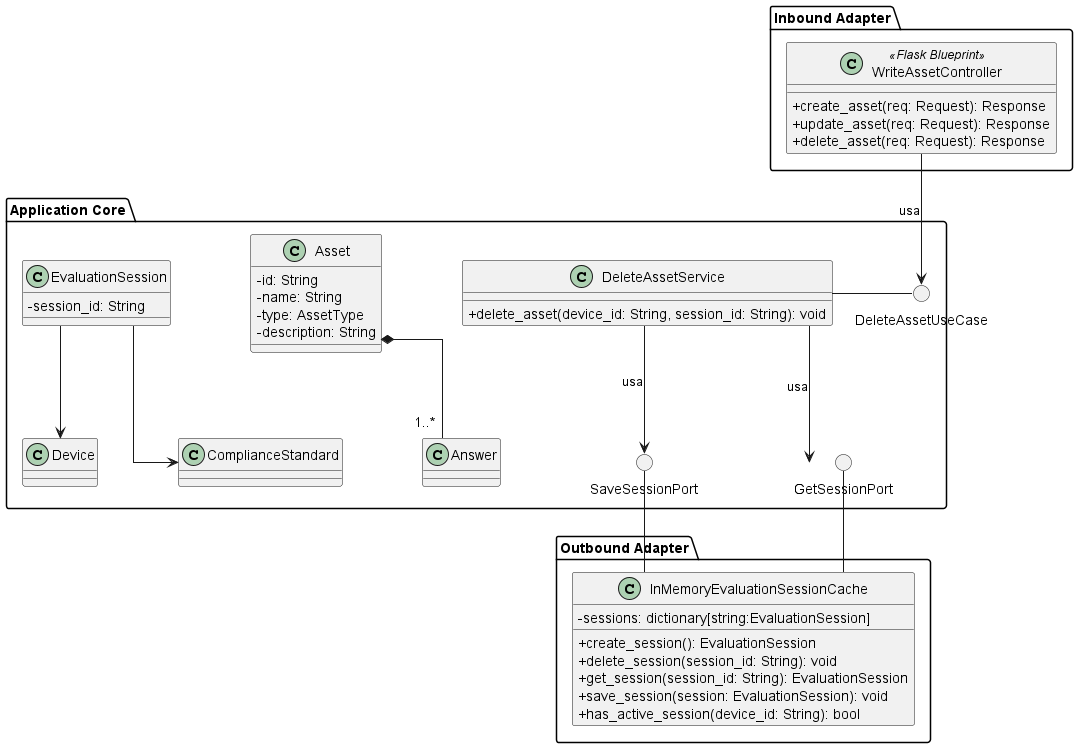
This is src/PB/DocumentazioneEsterna/Specifica_Tecnica/content/uml/png/DeleteAsset/DeleteAsset.png from GroupRubberDuck/Documentazione, a PlantUML export, as it was before one commit. Source of this version:
```plantuml
@startuml DeleteAsset
skinparam linetype ortho
skinparam nodesep 80
skinparam ranksep 80
skinparam classAttributeIconSize 0

package "Inbound Adapter"{
    !include InboundAdapters/WriteAssetController.puml
}

package "Application Core" {

    () "DeleteAssetUseCase"
    !include ApplicationServices/DeleteAssetService.puml
    !include Domain/Asset.puml
    !include Domain/EvaluationSession.puml
    () "SaveSessionPort"
    () "GetSessionPort"
}

package "Outbound Adapter" {
    !include OutboundAdapters/InMemoryEvaluationSessionCache.puml
}


DeleteAssetService - DeleteAssetUseCase

DeleteAssetService --> SaveSessionPort : usa
DeleteAssetService --> GetSessionPort : usa

SaveSessionPort -- InMemoryEvaluationSessionCache
GetSessionPort -- InMemoryEvaluationSessionCache

WriteAssetController --> DeleteAssetUseCase : usa

@enduml
```
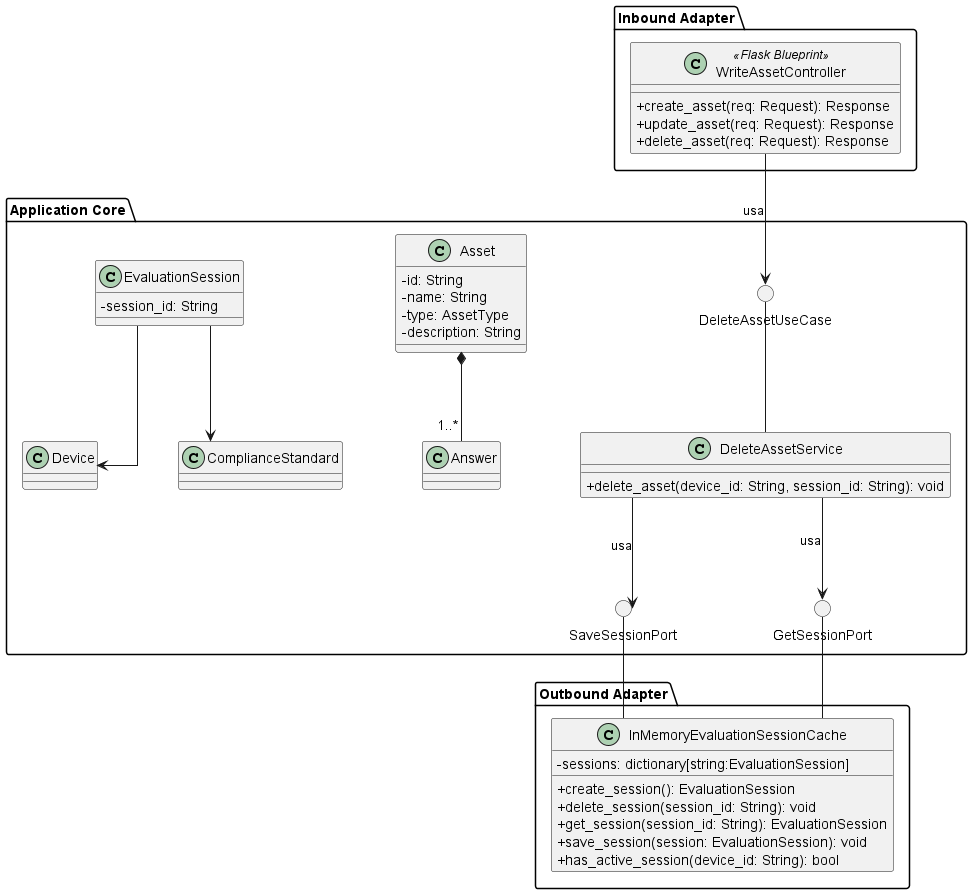
After the commit.

What changed in the source:
```diff
@@ -9,7 +9,6 @@
 }
 
 package "Application Core" {
-
     () "DeleteAssetUseCase"
     !include ApplicationServices/DeleteAssetService.puml
     !include Domain/Asset.puml
@@ -22,15 +21,13 @@
     !include OutboundAdapters/InMemoryEvaluationSessionCache.puml
 }
 
+WriteAssetController -down-> DeleteAssetUseCase : usa
+DeleteAssetUseCase -down- DeleteAssetService
 
-DeleteAssetService - DeleteAssetUseCase
+DeleteAssetService -down-> SaveSessionPort : usa
+DeleteAssetService -down-> GetSessionPort : usa
 
-DeleteAssetService --> SaveSessionPort : usa
-DeleteAssetService --> GetSessionPort : usa
-
-SaveSessionPort -- InMemoryEvaluationSessionCache
-GetSessionPort -- InMemoryEvaluationSessionCache
-
-WriteAssetController --> DeleteAssetUseCase : usa
+SaveSessionPort -down- InMemoryEvaluationSessionCache
+GetSessionPort -down- InMemoryEvaluationSessionCache
 
 @enduml
```
